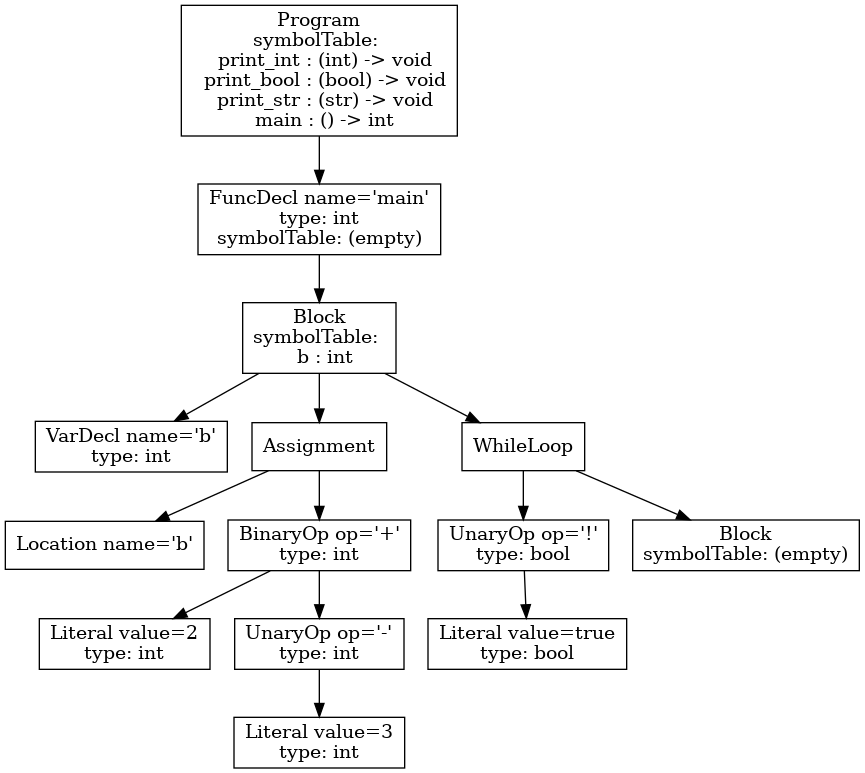
vtstew/p3-analysis keeps this Graphviz diagram as ast.png. Above is the earlier version. Its source is kept beside it as ast.dot.
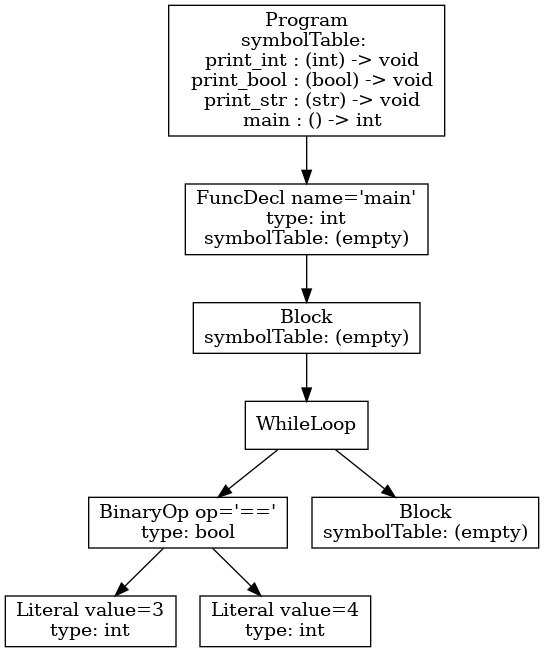
Later version of the same file.

Diff of the diagram source:
```diff
@@ -1,27 +1,15 @@
 digraph AST {
-3 [shape=box, label="VarDecl name='b'\ntype: int"];
-5 [shape=box, label="Location name='b'"];
-7 [shape=box, label="Literal value=2\ntype: int"];
-9 [shape=box, label="Literal value=3\ntype: int"];
-8 [shape=box, label="UnaryOp op='-'\ntype: int"];
-8 -> 9;
-6 [shape=box, label="BinaryOp op='+'\ntype: int"];
-6 -> 7;
-6 -> 8;
-4 [shape=box, label="Assignment"];
+5 [shape=box, label="Literal value=3\ntype: int"];
+6 [shape=box, label="Literal value=4\ntype: int"];
+4 [shape=box, label="BinaryOp op='=='\ntype: bool"];
 4 -> 5;
 4 -> 6;
-12 [shape=box, label="Literal value=true\ntype: bool"];
-11 [shape=box, label="UnaryOp op='!'\ntype: bool"];
-11 -> 12;
-13 [shape=box, label="Block\nsymbolTable: (empty)"];
-10 [shape=box, label="WhileLoop"];
-10 -> 11;
-10 -> 13;
-2 [shape=box, label="Block\nsymbolTable: \n  b : int"];
+7 [shape=box, label="Block\nsymbolTable: (empty)"];
+3 [shape=box, label="WhileLoop"];
+3 -> 4;
+3 -> 7;
+2 [shape=box, label="Block\nsymbolTable: (empty)"];
 2 -> 3;
-2 -> 4;
-2 -> 10;
 1 [shape=box, label="FuncDecl name='main'\ntype: int\nsymbolTable: (empty)"];
 1 -> 2;
 0 [shape=box, label="Program\nsymbolTable: \n  print_int : (int) -> void\n  print_bool : (bool) -> void\n  print_str : (str) -> void\n  main : () -> int"];
```
